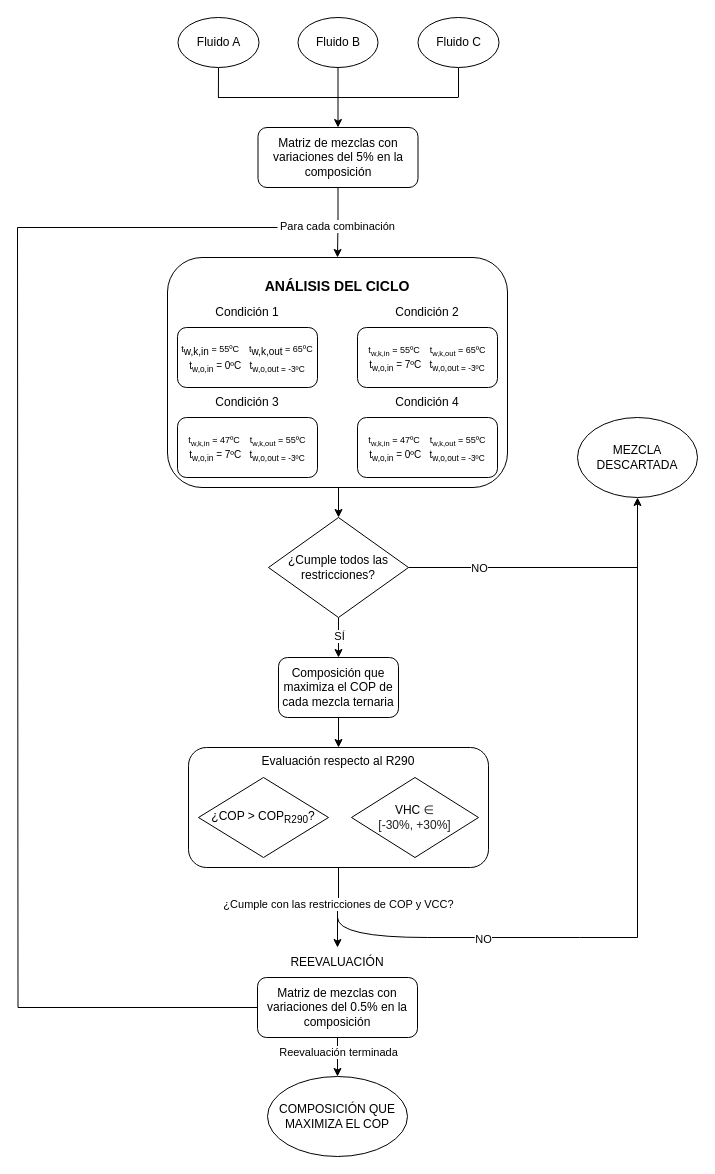
Above: imagenes-generacion/diagrama_screening.drawio in muarckbucks/Trabajo-final-de-grado (draw.io), before the change. Source tidied: cells renumbered, new cells numbered last; positions are measured from the earlier drawing's top-left corner, leaving out a move shared by most shapes. Both pictures are drawn from the tidied source at 100%, with x=0, y=0 at pixel (17, 17).
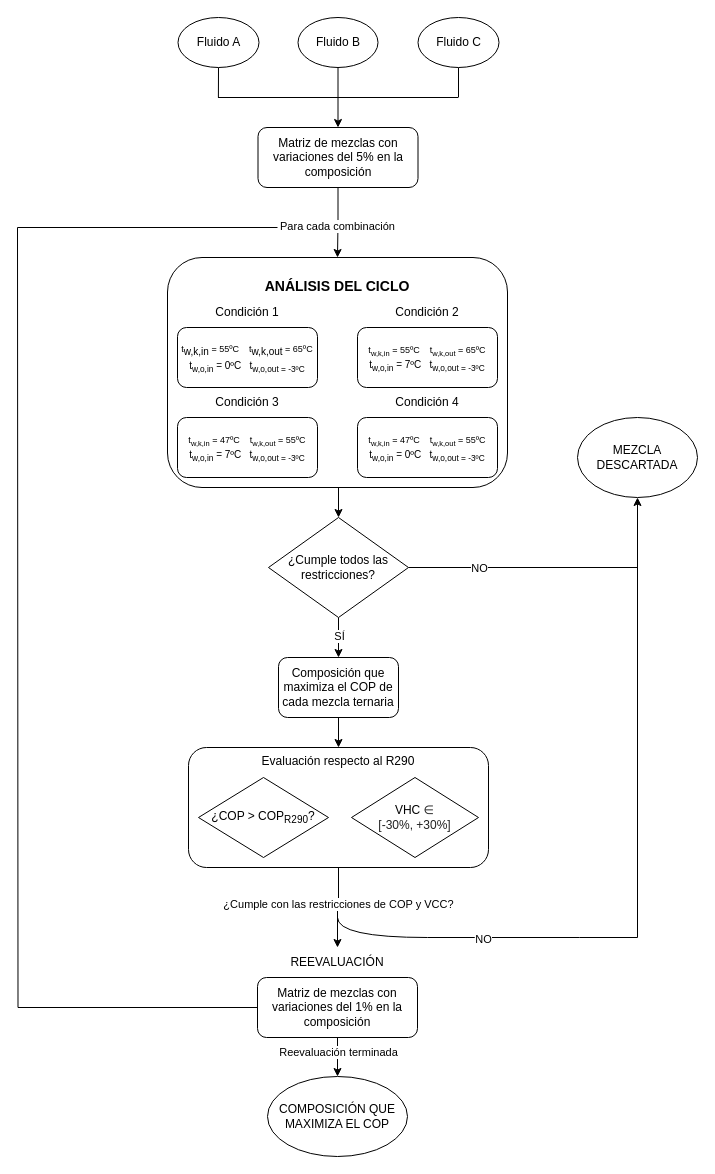
After the change.

Unchanged cells that the change refers to:
```xml
<mxCell id="40" style="group;" parent="1" vertex="1">
  <mxGeometry x="240" y="930" width="160" height="90" as="geometry" />
</mxCell>
```

The edit, as a diff of the source:
```diff
@@
-    <mxCell id="41" value="Matriz de mezclas con variaciones del 0.5% en la composición" style="rounded=1;whiteSpace=wrap;html=1;" parent="40" vertex="1">
+    <mxCell id="41" value="Matriz de mezclas con variaciones del 1% en la composición" style="rounded=1;whiteSpace=wrap;html=1;" parent="40" vertex="1">
       <mxGeometry y="30" width="160" height="60" as="geometry" />
     </mxCell>
```
